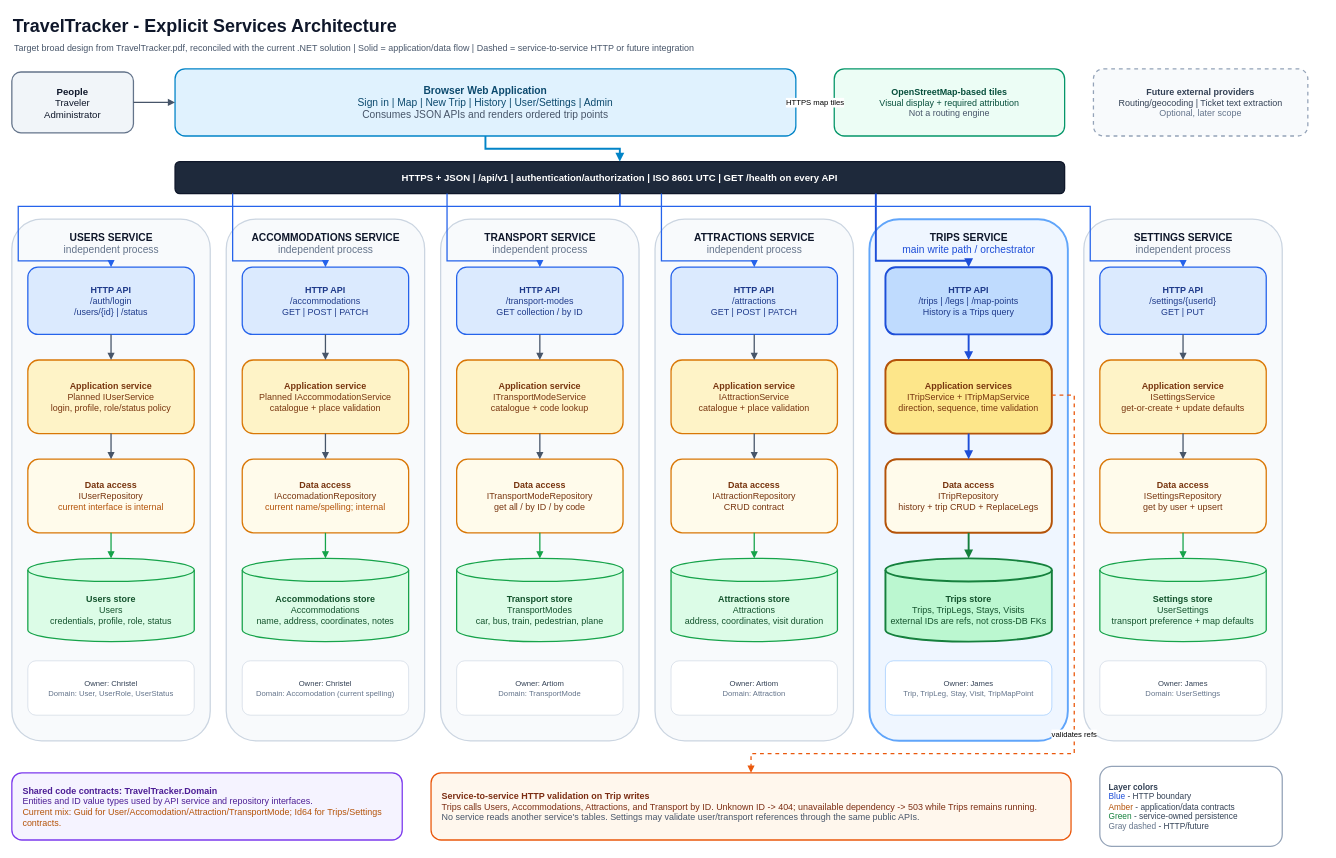
Earlier version of the draw.io diagram page "1 - Target service architecture" (1 of 2) of docs/TravelTracker-Explicit-Services-Architecture.drawio (NewWaveOwl/TravelTracker). Source tidied: cells renumbered, new cells numbered last; positions are measured from the earlier drawing's top-left corner, leaving out a move shared by most shapes. Both pictures are drawn from the tidied source at 64%, with x=0, y=0 at pixel (12, 11).
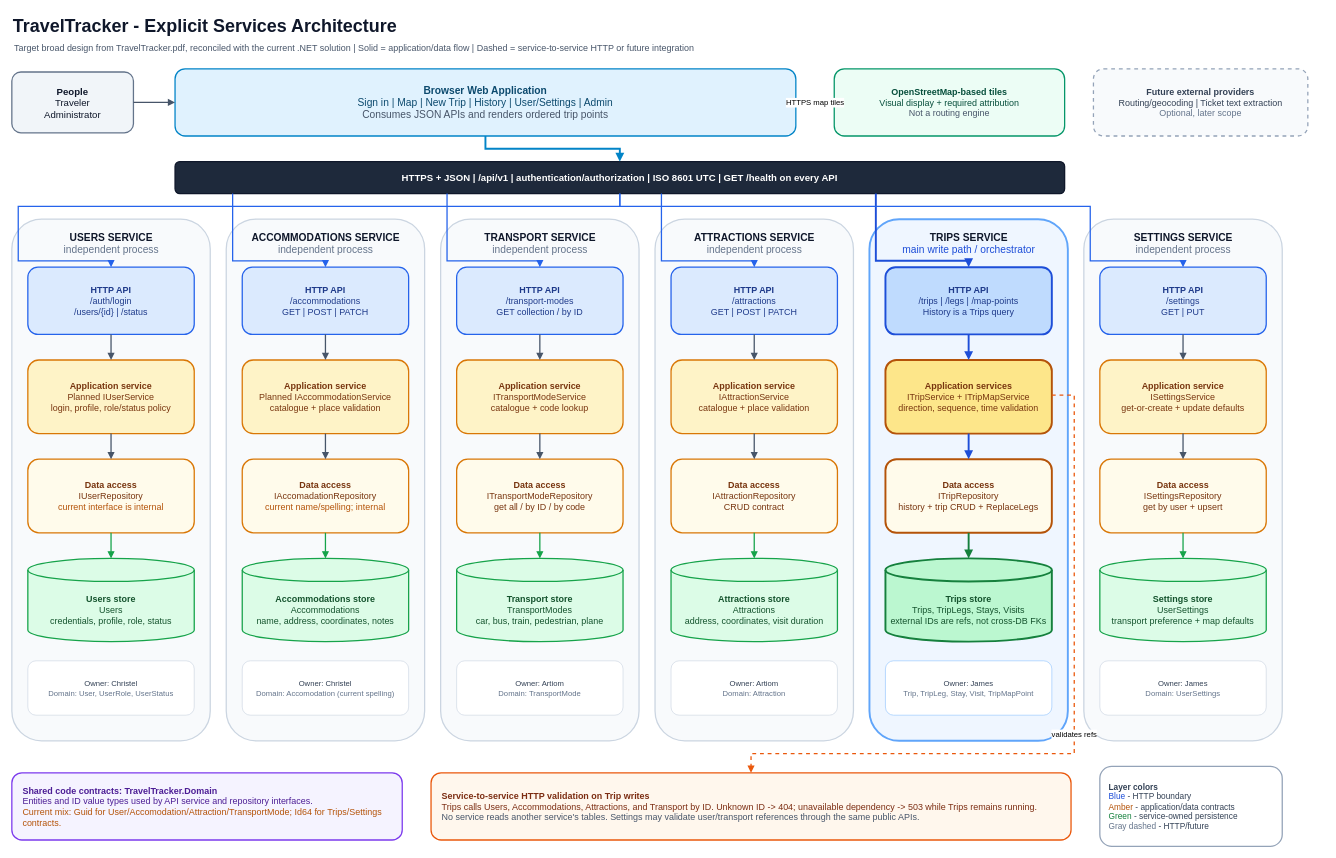
The same diagram, later.

Change to the diagram source:
```diff
@@
-    <mxCell id="49" value="&lt;b&gt;HTTP API&lt;/b&gt;&lt;br&gt;/settings/{userId}&lt;br&gt;GET | PUT" style="rounded=1;whiteSpace=wrap;html=1;fillColor=#DBEAFE;strokeColor=#2563EB;strokeWidth=2;fontSize=14;fontColor=#1E3A8A;" parent="1" vertex="1">
+    <mxCell id="49" value="&lt;b&gt;HTTP API&lt;/b&gt;&lt;br&gt;/settings&lt;br&gt;GET | PUT" style="rounded=1;whiteSpace=wrap;html=1;fillColor=#DBEAFE;strokeColor=#2563EB;strokeWidth=2;fontSize=14;fontColor=#1E3A8A;" parent="1" vertex="1">
       <mxGeometry x="1700" y="400" width="260" height="105" as="geometry" />
     </mxCell>
```
